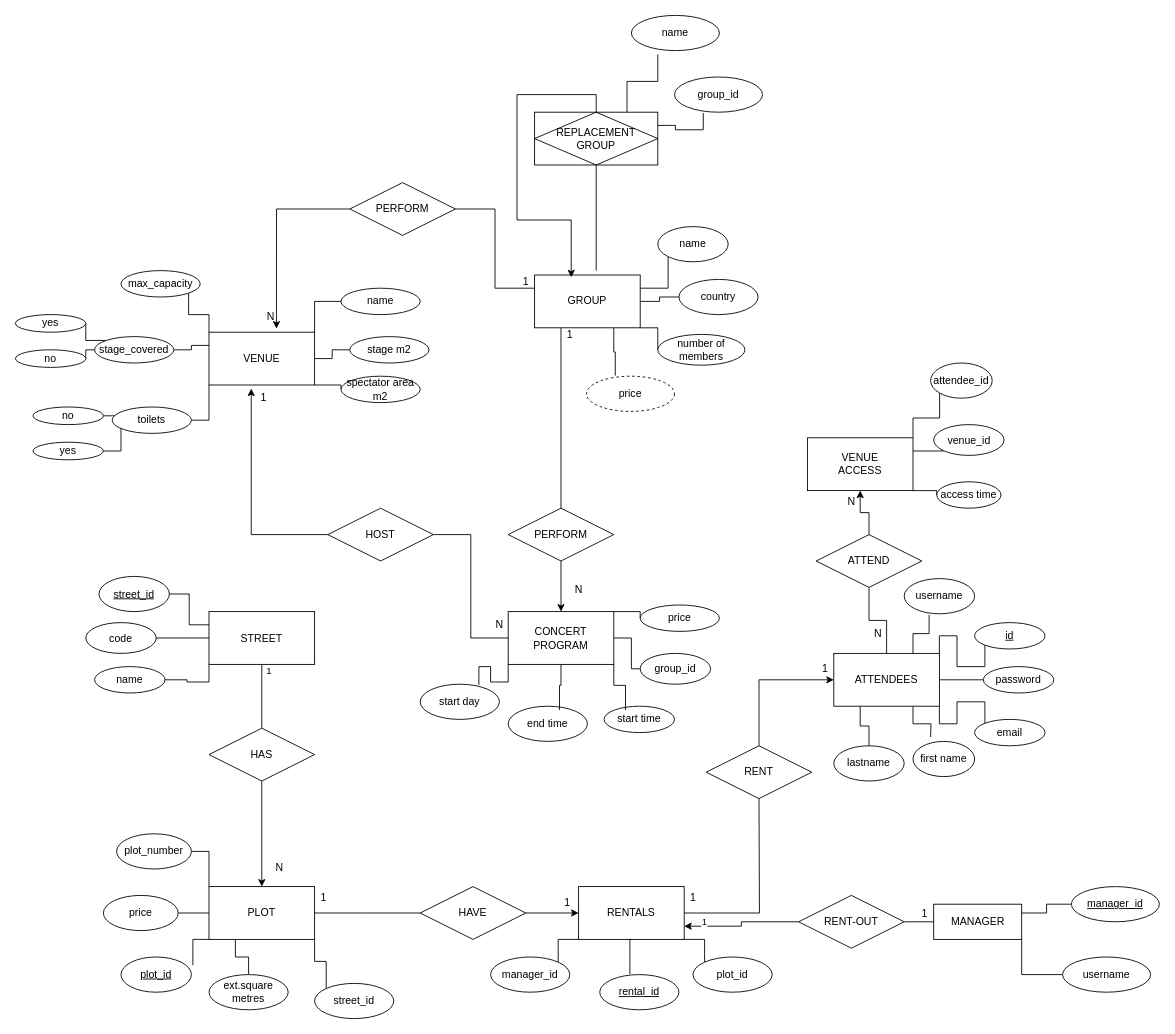
Earlier version of the draw.io diagram Untitled Diagram.drawio (Brandy-K/disseny-DDBB). Source tidied: cells renumbered, new cells numbered last; positions are measured from the earlier drawing's top-left corner, leaving out a move shared by most shapes. Both pictures are drawn from the tidied source at 88%, with x=0, y=0 at pixel (15, 15).
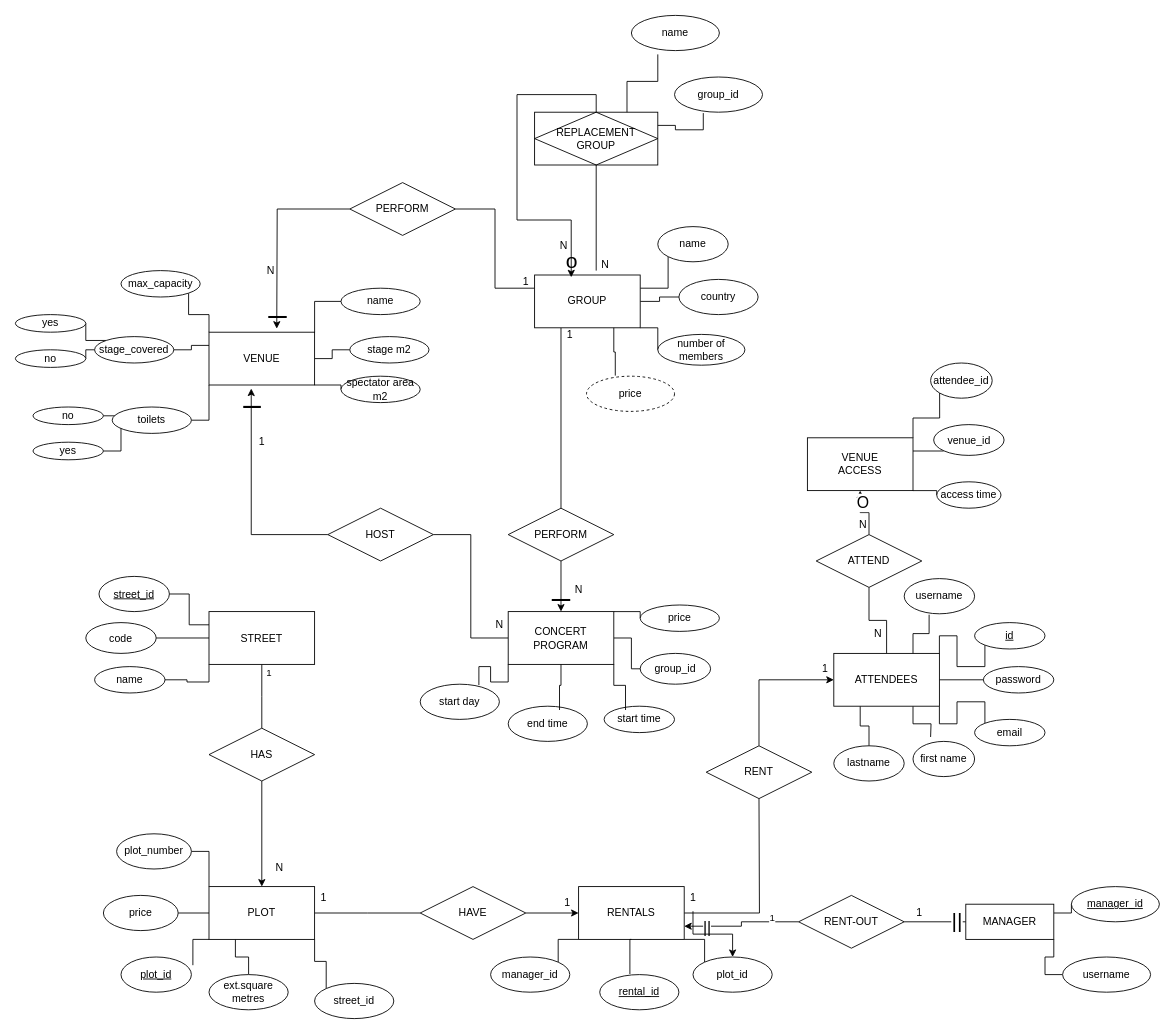
Above is the later version.

Unchanged cells that the change refers to:
```xml
<mxCell id="32" style="edgeStyle=orthogonalEdgeStyle;rounded=0;jettySize=auto;html=1;exitX=0.5;exitY=1;exitDx=0;exitDy=0;endArrow=none;endFill=0;" parent="1" edge="1" source="34">
  <mxGeometry relative="1" as="geometry">
    <mxPoint x="280" y="810" as="targetPoint" />
  </mxGeometry>
</mxCell>
<mxCell id="41" value="VENUE" style="rounded=0;whiteSpace=wrap;html=1;" parent="1" vertex="1">
  <mxGeometry x="220" y="360" width="120" height="60" as="geometry" />
</mxCell>
<mxCell id="69" value="plot_id" style="ellipse;whiteSpace=wrap;html=1;" parent="1" vertex="1">
  <mxGeometry x="770" y="1070" width="90" height="40" as="geometry" />
</mxCell>
<mxCell id="94" style="edgeStyle=orthogonalEdgeStyle;rounded=0;jettySize=auto;html=1;exitX=0.5;exitY=0;exitDx=0;exitDy=0;entryX=0.5;entryY=1;entryDx=0;entryDy=0;" parent="1" edge="1" source="95" target="45">
  <mxGeometry relative="1" as="geometry" />
</mxCell>
<mxCell id="103" style="edgeStyle=orthogonalEdgeStyle;rounded=0;jettySize=auto;html=1;exitX=0;exitY=0.5;exitDx=0;exitDy=0;entryX=1;entryY=0.5;entryDx=0;entryDy=0;endArrow=none;endFill=0;" parent="1" edge="1" source="106" target="113">
  <mxGeometry relative="1" as="geometry" />
</mxCell>
<mxCell id="109" value="PERFORM" style="shape=rhombus;perimeter=rhombusPerimeter;whiteSpace=wrap;html=1;align=center;" parent="1" vertex="1">
  <mxGeometry x="380" y="190" width="120" height="60" as="geometry" />
</mxCell>
<mxCell id="111" style="edgeStyle=orthogonalEdgeStyle;rounded=0;jettySize=auto;html=1;exitX=0;exitY=0.5;exitDx=0;exitDy=0;entryX=1;entryY=0.75;entryDx=0;entryDy=0;" parent="1" edge="1" source="113" target="5">
  <mxGeometry relative="1" as="geometry" />
</mxCell>
<mxCell id="134" value="1" style="text;html=1;align=center;verticalAlign=middle;points=[];strokeColor=none;fillColor=none;" parent="1" vertex="1">
  <mxGeometry x="755" y="988" width="30" height="30" as="geometry" />
</mxCell>
```

Change to the diagram source:
```diff
@@
     <mxCell id="33" value="1" style="edgeLabel;html=1;align=center;verticalAlign=middle;" parent="32" vertex="1">
-      <mxGeometry x="-0.81" y="7" relative="1" as="geometry" />
+      <mxGeometry x="-0.81" y="7" relative="1" as="geometry">
+        <mxPoint y="2" as="offset" />
+      </mxGeometry>
     </mxCell>
@@
+    <mxCell id="139" value="&lt;font style=&quot;font-size: 18px;&quot;&gt;O&lt;/font&gt;" style="edgeLabel;html=1;align=center;verticalAlign=middle;" parent="94" vertex="1">
+      <mxGeometry x="0.52" y="-2" relative="1" as="geometry">
+        <mxPoint y="-1" as="offset" />
+      </mxGeometry>
+    </mxCell>
@@
+    <mxCell id="140" value="&lt;font style=&quot;font-size: 24px;&quot;&gt;||&lt;/font&gt;" style="edgeLabel;html=1;align=center;verticalAlign=middle;" parent="103" vertex="1">
+      <mxGeometry x="-0.69" y="-1" relative="1" as="geometry" />
+    </mxCell>
@@
     <mxCell id="106" value="MANAGER" style="whiteSpace=wrap;html=1;align=center;" parent="1" vertex="1">
-      <mxGeometry x="1043.5" y="1010" width="100" height="40" as="geometry" />
+      <mxGeometry x="1080" y="1010" width="100" height="40" as="geometry" />
     </mxCell>
@@
-    <mxCell id="110" style="edgeStyle=orthogonalEdgeStyle;rounded=0;jettySize=auto;html=1;exitX=0;exitY=0.5;exitDx=0;exitDy=0;entryX=0.639;entryY=-0.067;entryDx=0;entryDy=0;entryPerimeter=0;" parent="1" edge="1" source="109" target="41">
-      <mxGeometry relative="1" as="geometry" />
+    <mxCell id="110" style="edgeStyle=orthogonalEdgeStyle;rounded=0;jettySize=auto;html=1;exitX=0;exitY=0.5;exitDx=0;exitDy=0;" parent="1" edge="1" source="109">
+      <mxGeometry relative="1" as="geometry">
+        <mxPoint x="297" y="356" as="targetPoint" />
+      </mxGeometry>
     </mxCell>
@@
     <mxCell id="112" value="1" style="edgeLabel;html=1;align=center;verticalAlign=middle;" parent="111" vertex="1">
       <mxGeometry x="0.68" y="1" relative="1" as="geometry">
-        <mxPoint y="-7" as="offset" />
+        <mxPoint x="77" y="-11" as="offset" />
       </mxGeometry>
     </mxCell>
+    <mxCell id="141" value="&lt;font style=&quot;font-size: 18px;&quot;&gt;||&lt;/font&gt;" style="edgeLabel;html=1;align=center;verticalAlign=middle;" parent="111" vertex="1">
+      <mxGeometry x="0.63" y="1" relative="1" as="geometry" />
+    </mxCell>
@@
     <mxCell id="128" value="N" style="text;html=1;align=center;verticalAlign=middle;strokeColor=none;fillColor=none;" parent="1" vertex="1">
-      <mxGeometry x="275" y="328" width="30" height="30" as="geometry" />
+      <mxGeometry x="275" y="275" width="30" height="30" as="geometry" />
     </mxCell>
     <mxCell id="129" value="1" style="text;html=1;align=center;verticalAlign=middle;strokeColor=none;fillColor=none;" parent="1" vertex="1">
-      <mxGeometry x="267" y="420" width="30" height="30" as="geometry" />
+      <mxGeometry x="265" y="470" width="30" height="30" as="geometry" />
     </mxCell>
@@
+    <mxCell id="142" style="edgeStyle=orthogonalEdgeStyle;rounded=0;jettySize=auto;html=1;" parent="1" edge="1" source="134" target="69">
+      <mxGeometry relative="1" as="geometry" />
+    </mxCell>
@@
     <mxCell id="136" value="1" style="text;html=1;align=center;verticalAlign=middle;strokeColor=none;fillColor=none;" parent="1" vertex="1">
-      <mxGeometry x="1018" y="1006" width="30" height="30" as="geometry" />
+      <mxGeometry x="1012" y="1005" width="30" height="30" as="geometry" />
     </mxCell>
@@
     <mxCell id="138" value="N" style="text;html=1;align=center;verticalAlign=middle;strokeColor=none;fillColor=none;" parent="1" vertex="1">
-      <mxGeometry x="935" y="538" width="30" height="30" as="geometry" />
+      <mxGeometry x="948" y="564" width="30" height="30" as="geometry" />
     </mxCell>
+    <mxCell id="143" value="N" style="text;html=1;align=center;verticalAlign=middle;strokeColor=none;fillColor=none;" parent="1" vertex="1">
+      <mxGeometry x="655" y="268" width="30" height="30" as="geometry" />
+    </mxCell>
+    <mxCell id="144" value="N" style="text;html=1;align=center;verticalAlign=middle;strokeColor=none;fillColor=none;" parent="1" vertex="1">
+      <mxGeometry x="608" y="247" width="30" height="30" as="geometry" />
+    </mxCell>
+    <mxCell id="145" value="&lt;font style=&quot;font-size: 24px;&quot;&gt;o&lt;/font&gt;" style="text;html=1;align=center;verticalAlign=middle;strokeColor=none;fillColor=none;" parent="1" vertex="1">
+      <mxGeometry x="612" y="260" width="40" height="40" as="geometry" />
+    </mxCell>
+    <mxCell id="146" value="&lt;font style=&quot;font-size: 36px;&quot;&gt;_&lt;/font&gt;" style="text;html=1;align=center;verticalAlign=middle;strokeColor=none;fillColor=none;" parent="1" vertex="1">
+      <mxGeometry x="600" y="616" width="40" height="60" as="geometry" />
+    </mxCell>
+    <mxCell id="147" value="&lt;font style=&quot;font-size: 36px;&quot;&gt;_&lt;/font&gt;" style="text;html=1;align=center;verticalAlign=middle;strokeColor=none;fillColor=none;" parent="1" vertex="1">
+      <mxGeometry x="278" y="294" width="40" height="60" as="geometry" />
+    </mxCell>
+    <mxCell id="148" value="&lt;font style=&quot;font-size: 36px;&quot;&gt;–&lt;/font&gt;" style="text;html=1;align=center;verticalAlign=middle;strokeColor=none;fillColor=none;" parent="1" vertex="1">
+      <mxGeometry x="249" y="412" width="40" height="60" as="geometry" />
+    </mxCell>
```
